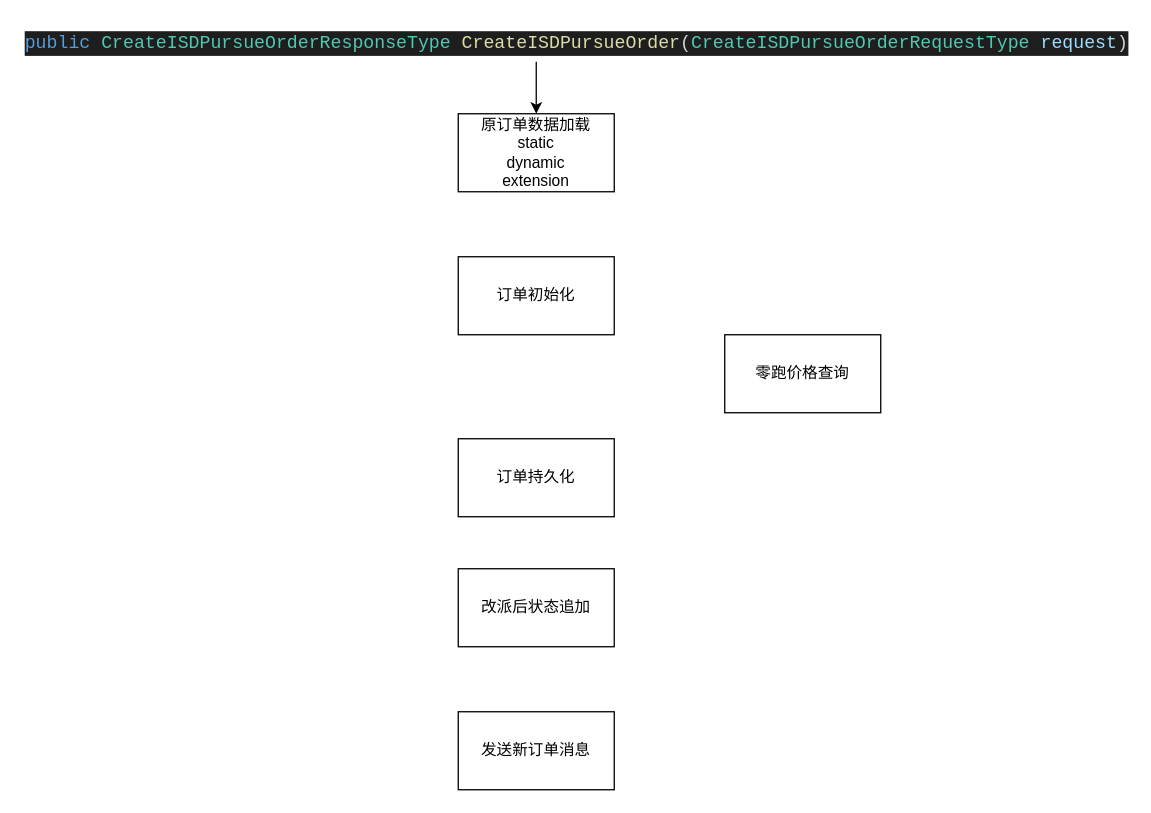
Earlier version of the draw.io diagram page "CreateISDPursueOrder" (4 of 4) of ctrip.drawio (Echidnaaa/draw). Source tidied: cells renumbered, new cells numbered last; positions are measured from the earlier drawing's top-left corner, leaving out a move shared by most shapes. Both pictures are drawn from the tidied source at 130%, with x=0, y=0 at pixel (22, 22).
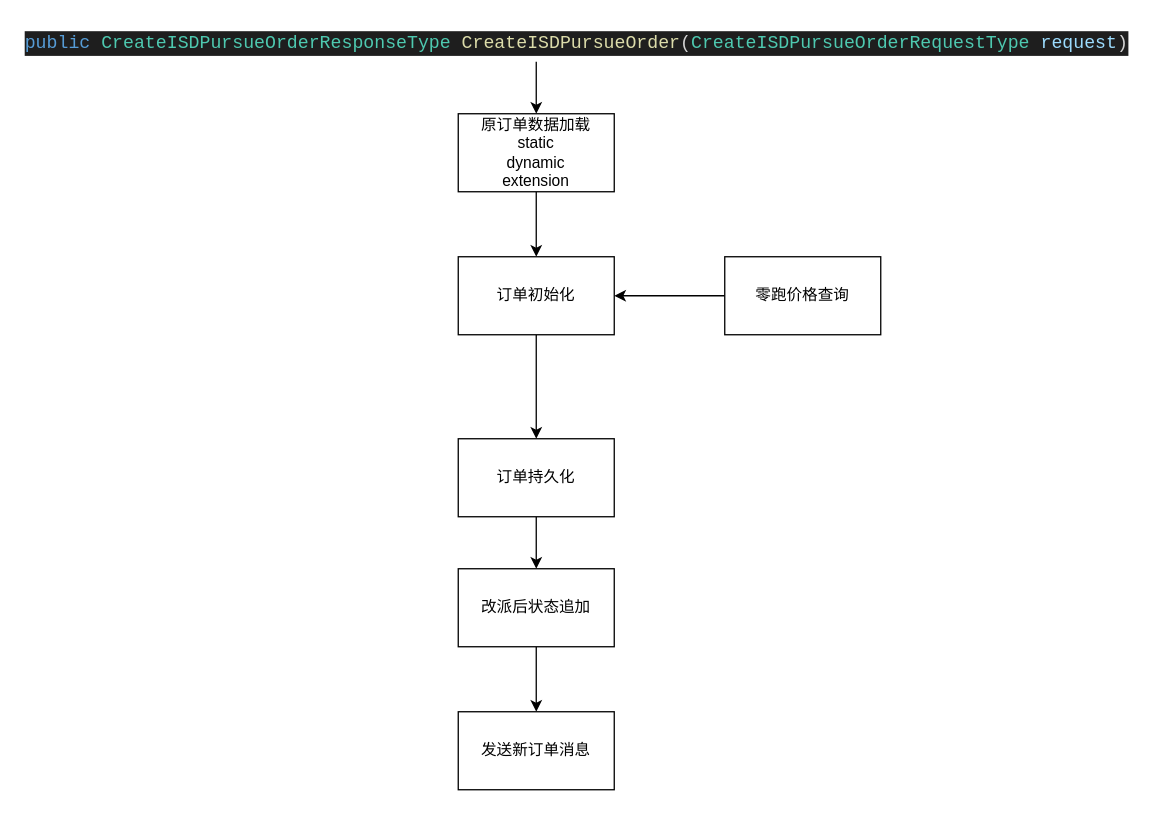
After the change.

Diff of the diagram source:
```diff
@@
 <mxGraphModel>
   <root>
     <mxCell id="0" />
     <mxCell id="1" parent="0" />
     <mxCell id="2" style="edgeStyle=orthogonalEdgeStyle;rounded=0;jettySize=auto;html=1;entryX=0.5;entryY=0;entryDx=0;entryDy=0;" parent="1" edge="1" source="3" target="4">
       <mxGeometry relative="1" as="geometry" />
     </mxCell>
     <mxCell id="3" value="&lt;div style=&quot;color: rgb(212, 212, 212); background-color: rgb(30, 30, 30); font-family: consolas, &amp;quot;courier new&amp;quot;, monospace; font-weight: normal; font-size: 14px; line-height: 19px;&quot;&gt;&lt;div&gt;&lt;span style=&quot;color: #569cd6&quot;&gt;public&lt;/span&gt;&lt;span style=&quot;color: #d4d4d4&quot;&gt;&amp;nbsp;&lt;/span&gt;&lt;span style=&quot;color: #4ec9b0&quot;&gt;CreateISDPursueOrderResponseType&lt;/span&gt;&lt;span style=&quot;color: #d4d4d4&quot;&gt;&amp;nbsp;&lt;/span&gt;&lt;span style=&quot;color: #dcdcaa&quot;&gt;CreateISDPursueOrder&lt;/span&gt;&lt;span style=&quot;color: #d4d4d4&quot;&gt;(&lt;/span&gt;&lt;span style=&quot;color: #4ec9b0&quot;&gt;CreateISDPursueOrderRequestType&lt;/span&gt;&lt;span style=&quot;color: #d4d4d4&quot;&gt;&amp;nbsp;&lt;/span&gt;&lt;span style=&quot;color: #9cdcfe&quot;&gt;request&lt;/span&gt;&lt;span style=&quot;color: #d4d4d4&quot;&gt;)&lt;/span&gt;&lt;/div&gt;&lt;/div&gt;" style="text;whiteSpace=wrap;html=1;" parent="1" vertex="1">
       <mxGeometry width="790" height="30" as="geometry" />
     </mxCell>
+    <mxCell id="10" style="edgeStyle=orthogonalEdgeStyle;rounded=0;jettySize=auto;html=1;entryX=0.5;entryY=0;entryDx=0;entryDy=0;" parent="1" edge="1" source="4" target="6">
+      <mxGeometry relative="1" as="geometry" />
+    </mxCell>
     <mxCell id="4" value="原订单数据加载&lt;br&gt;static&lt;br&gt;dynamic&lt;br&gt;extension" style="rounded=0;whiteSpace=wrap;html=1;align=center;" parent="1" vertex="1">
       <mxGeometry x="335" y="70" width="120" height="60" as="geometry" />
     </mxCell>
+    <mxCell id="11" style="edgeStyle=orthogonalEdgeStyle;rounded=0;jettySize=auto;html=1;entryX=1;entryY=0.5;entryDx=0;entryDy=0;" parent="1" edge="1" source="5" target="6">
+      <mxGeometry relative="1" as="geometry" />
+    </mxCell>
     <mxCell id="5" value="零跑价格查询" style="rounded=0;whiteSpace=wrap;html=1;align=center;" parent="1" vertex="1">
-      <mxGeometry x="540" y="240" width="120" height="60" as="geometry" />
+      <mxGeometry x="540" y="180" width="120" height="60" as="geometry" />
     </mxCell>
+    <mxCell id="12" style="edgeStyle=orthogonalEdgeStyle;rounded=0;jettySize=auto;html=1;entryX=0.5;entryY=0;entryDx=0;entryDy=0;" parent="1" edge="1" source="6" target="7">
+      <mxGeometry relative="1" as="geometry" />
+    </mxCell>
     <mxCell id="6" value="订单初始化" style="whiteSpace=wrap;html=1;rounded=0;" parent="1" vertex="1">
       <mxGeometry x="335" y="180" width="120" height="60" as="geometry" />
     </mxCell>
+    <mxCell id="13" style="edgeStyle=orthogonalEdgeStyle;rounded=0;jettySize=auto;html=1;entryX=0.5;entryY=0;entryDx=0;entryDy=0;" parent="1" edge="1" source="7" target="8">
+      <mxGeometry relative="1" as="geometry" />
+    </mxCell>
     <mxCell id="7" value="订单持久化" style="whiteSpace=wrap;html=1;rounded=0;" parent="1" vertex="1">
       <mxGeometry x="335" y="320" width="120" height="60" as="geometry" />
     </mxCell>
+    <mxCell id="14" style="edgeStyle=orthogonalEdgeStyle;rounded=0;jettySize=auto;html=1;entryX=0.5;entryY=0;entryDx=0;entryDy=0;" parent="1" edge="1" source="8" target="9">
+      <mxGeometry relative="1" as="geometry" />
+    </mxCell>
     <mxCell id="8" value="改派后状态追加" style="whiteSpace=wrap;html=1;rounded=0;" parent="1" vertex="1">
       <mxGeometry x="335" y="420" width="120" height="60" as="geometry" />
     </mxCell>
     <mxCell id="9" value="发送新订单消息" style="whiteSpace=wrap;html=1;rounded=0;" parent="1" vertex="1">
       <mxGeometry x="335" y="530" width="120" height="60" as="geometry" />
     </mxCell>
   </root>
 </mxGraphModel>
```
